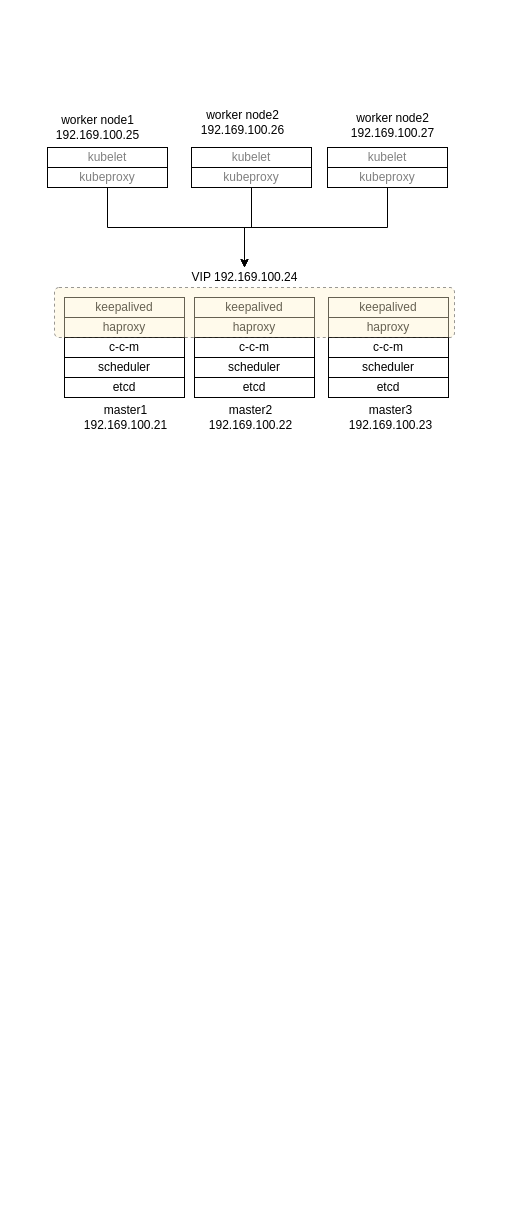
This is page "HA Cluster Architecture" (1 of 2) of Kubernetes/architecture.drawio from ubbig/Server, a draw.io file, before an edit. Source tidied: cells renumbered, new cells numbered last; positions are measured from the earlier drawing's top-left corner, leaving out a move shared by most shapes. Both pictures are drawn from the tidied source at 100%, with x=0, y=0 at pixel (47, 107).
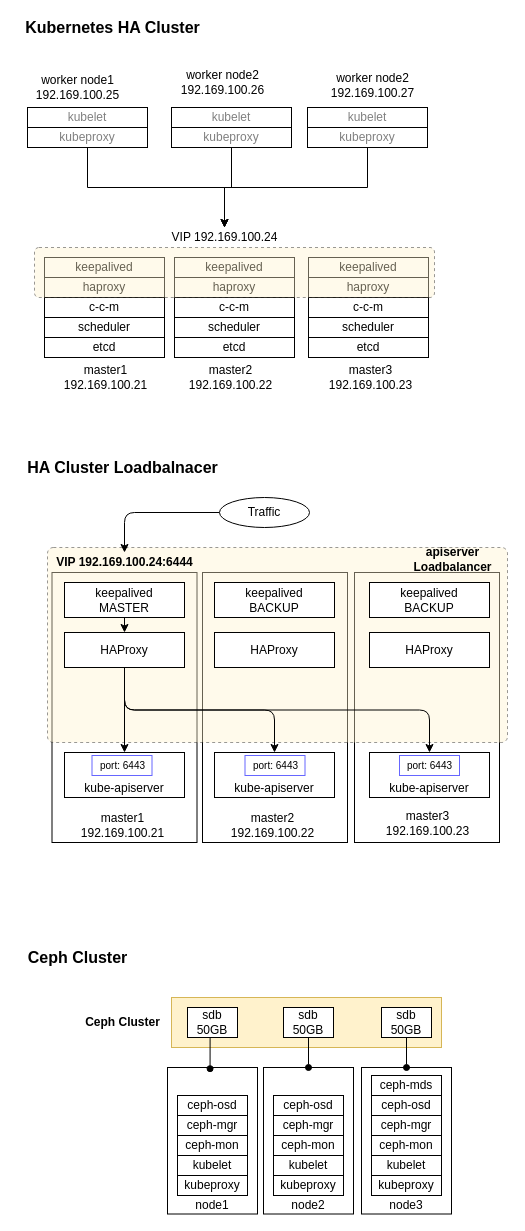
The same page after the edit.

Commit message (it also covers changes not shown here):
Kubernetes Ingress, Dashboard 설치 스크립트 추가

The change refers to these unchanged cells:
```xml
<mxCell id="36" value="VIP 192.169.100.24" style="text;html=1;align=center;verticalAlign=middle;points=[];strokeColor=none;fillColor=none;" parent="14" vertex="1">
  <mxGeometry x="130" width="120" height="20" as="geometry" />
</mxCell>
```

What changed in the source:
```diff
@@
-    <mxCell id="2" style="edgeStyle=orthogonalEdgeStyle;rounded=0;jettySize=auto;html=1;exitX=0.5;exitY=1;exitDx=0;exitDy=0;" parent="1" edge="1" source="3" target="36">
-      <mxGeometry relative="1" as="geometry" />
-    </mxCell>
-    <mxCell id="3" value="kubeproxy" style="rounded=0;whiteSpace=wrap;html=1;fontColor=#808080;" parent="1" vertex="1">
-      <mxGeometry y="60" width="120" height="20" as="geometry" />
-    </mxCell>
-    <mxCell id="4" value="kubelet" style="rounded=0;whiteSpace=wrap;html=1;fontColor=#808080;" parent="1" vertex="1">
-      <mxGeometry y="40" width="120" height="20" as="geometry" />
-    </mxCell>
-    <mxCell id="5" style="edgeStyle=orthogonalEdgeStyle;rounded=0;jettySize=auto;html=1;" parent="1" edge="1" source="6" target="36">
-      <mxGeometry relative="1" as="geometry" />
-    </mxCell>
-    <mxCell id="6" value="kubeproxy" style="rounded=0;whiteSpace=wrap;html=1;fontColor=#808080;" parent="1" vertex="1">
-      <mxGeometry x="144" y="60" width="120" height="20" as="geometry" />
-    </mxCell>
-    <mxCell id="7" value="kubelet" style="rounded=0;whiteSpace=wrap;html=1;fontColor=#808080;" parent="1" vertex="1">
-      <mxGeometry x="144" y="40" width="120" height="20" as="geometry" />
-    </mxCell>
-    <mxCell id="8" style="edgeStyle=orthogonalEdgeStyle;rounded=0;jettySize=auto;html=1;exitX=0.5;exitY=1;exitDx=0;exitDy=0;" parent="1" edge="1" source="9" target="36">
-      <mxGeometry relative="1" as="geometry" />
-    </mxCell>
-    <mxCell id="9" value="kubeproxy" style="rounded=0;whiteSpace=wrap;html=1;fontColor=#808080;" parent="1" vertex="1">
-      <mxGeometry x="280" y="60" width="120" height="20" as="geometry" />
-    </mxCell>
-    <mxCell id="10" value="kubelet" style="rounded=0;whiteSpace=wrap;html=1;fontColor=#808080;" parent="1" vertex="1">
-      <mxGeometry x="280" y="40" width="120" height="20" as="geometry" />
-    </mxCell>
-    <mxCell id="11" value="&lt;div&gt;worker node1&lt;/div&gt;&lt;div&gt;192.169.100.25&lt;br&gt;&lt;/div&gt;" style="text;html=1;align=center;verticalAlign=middle;strokeColor=none;fillColor=none;" parent="1" vertex="1">
-      <mxGeometry y="5" width="100" height="30" as="geometry" />
-    </mxCell>
-    <mxCell id="12" value="&lt;div&gt;worker node2&lt;/div&gt;&lt;div&gt;192.169.100.26&lt;/div&gt;" style="text;html=1;align=center;verticalAlign=middle;strokeColor=none;fillColor=none;" parent="1" vertex="1">
-      <mxGeometry x="145" width="100" height="30" as="geometry" />
-    </mxCell>
-    <mxCell id="13" value="&lt;div&gt;worker node2&lt;/div&gt;&lt;div&gt;192.169.100.27&lt;/div&gt;" style="text;html=1;align=center;verticalAlign=middle;strokeColor=none;fillColor=none;" parent="1" vertex="1">
-      <mxGeometry x="295" y="3" width="100" height="30" as="geometry" />
-    </mxCell>
+    <mxCell id="38" style="group;" parent="1" vertex="1">
+      <mxGeometry y="390" width="460" height="345" as="geometry" />
+    </mxCell>
+    <mxCell id="39" style="rounded=0;whiteSpace=wrap;html=1;" parent="38" vertex="1">
+      <mxGeometry x="4.5" y="75" width="145" height="270" as="geometry" />
+    </mxCell>
+    <mxCell id="40" style="rounded=0;whiteSpace=wrap;html=1;" parent="38" vertex="1">
+      <mxGeometry x="155" y="75" width="145" height="270" as="geometry" />
+    </mxCell>
+    <mxCell id="41" style="rounded=0;whiteSpace=wrap;html=1;" parent="38" vertex="1">
+      <mxGeometry x="307" y="75" width="145" height="270" as="geometry" />
+    </mxCell>
+    <mxCell id="42" style="rounded=1;whiteSpace=wrap;html=1;fillColor=#fff2cc;arcSize=3;dashed=1;strokeColor=#000000;glass=0;shadow=0;sketch=0;opacity=40;" parent="38" vertex="1">
+      <mxGeometry y="50" width="460" height="195" as="geometry" />
+    </mxCell>
+    <mxCell id="43" value="keepalived&lt;br&gt;MASTER" style="rounded=0;whiteSpace=wrap;html=1;" parent="38" vertex="1">
+      <mxGeometry x="17" y="85" width="120" height="35" as="geometry" />
+    </mxCell>
+    <mxCell id="44" value="keepalived&lt;br&gt;BACKUP" style="rounded=0;whiteSpace=wrap;html=1;" parent="38" vertex="1">
+      <mxGeometry x="167" y="85" width="120" height="35" as="geometry" />
+    </mxCell>
+    <mxCell id="45" value="keepalived&lt;br&gt;BACKUP" style="rounded=0;whiteSpace=wrap;html=1;" parent="38" vertex="1">
+      <mxGeometry x="322" y="85" width="120" height="35" as="geometry" />
+    </mxCell>
+    <mxCell id="46" value="&lt;div&gt;master1&lt;br&gt;&lt;/div&gt;&lt;div&gt;192.169.100.21&lt;/div&gt;" style="text;html=1;align=center;verticalAlign=middle;strokeColor=none;fillColor=none;" parent="38" vertex="1">
+      <mxGeometry x="24.5" y="313" width="100" height="30" as="geometry" />
+    </mxCell>
+    <mxCell id="47" value="&lt;div&gt;master2&lt;/div&gt;&lt;div&gt;192.169.100.22&lt;/div&gt;" style="text;html=1;align=center;verticalAlign=middle;strokeColor=none;fillColor=none;" parent="38" vertex="1">
+      <mxGeometry x="174.5" y="313" width="100" height="30" as="geometry" />
+    </mxCell>
+    <mxCell id="48" value="&lt;div&gt;master3&lt;/div&gt;&lt;div&gt;192.169.100.23&lt;/div&gt;" style="text;html=1;align=center;verticalAlign=middle;strokeColor=none;fillColor=none;" parent="38" vertex="1">
+      <mxGeometry x="329.5" y="311" width="100" height="30" as="geometry" />
+    </mxCell>
+    <mxCell id="49" value="VIP 192.169.100.24:6444" style="text;html=1;align=center;verticalAlign=middle;points=[];strokeColor=none;fillColor=none;fontStyle=1;" parent="38" vertex="1">
+      <mxGeometry x="2" y="55" width="150" height="20" as="geometry" />
+    </mxCell>
+    <mxCell id="50" value="HAProxy" style="rounded=0;whiteSpace=wrap;html=1;" parent="38" vertex="1">
+      <mxGeometry x="17" y="135" width="120" height="35" as="geometry" />
+    </mxCell>
+    <mxCell id="51" style="edgeStyle=none;html=1;" parent="38" edge="1" source="43" target="50">
+      <mxGeometry relative="1" as="geometry" />
+    </mxCell>
+    <mxCell id="52" value="HAProxy" style="rounded=0;whiteSpace=wrap;html=1;" parent="38" vertex="1">
+      <mxGeometry x="167" y="135" width="120" height="35" as="geometry" />
+    </mxCell>
+    <mxCell id="53" value="HAProxy" style="rounded=0;whiteSpace=wrap;html=1;" parent="38" vertex="1">
+      <mxGeometry x="322" y="135" width="120" height="35" as="geometry" />
+    </mxCell>
+    <mxCell id="54" value="kube-apiserver" style="rounded=0;whiteSpace=wrap;html=1;verticalAlign=bottom;" parent="38" vertex="1">
+      <mxGeometry x="167" y="255" width="120" height="45" as="geometry" />
+    </mxCell>
+    <mxCell id="55" style="edgeStyle=orthogonalEdgeStyle;html=1;exitX=0.5;exitY=1;exitDx=0;exitDy=0;" parent="38" edge="1" source="50" target="54">
+      <mxGeometry relative="1" as="geometry" />
+    </mxCell>
+    <mxCell id="56" value="kube-apiserver" style="rounded=0;whiteSpace=wrap;html=1;verticalAlign=bottom;" parent="38" vertex="1">
+      <mxGeometry x="322" y="255" width="120" height="45" as="geometry" />
+    </mxCell>
+    <mxCell id="57" style="edgeStyle=orthogonalEdgeStyle;html=1;exitX=0.5;exitY=1;exitDx=0;exitDy=0;entryX=0.5;entryY=0;entryDx=0;entryDy=0;" parent="38" edge="1" source="50" target="56">
+      <mxGeometry relative="1" as="geometry" />
+    </mxCell>
+    <mxCell id="58" value="kube-apiserver" style="rounded=0;whiteSpace=wrap;html=1;verticalAlign=bottom;" parent="38" vertex="1">
+      <mxGeometry x="17" y="255" width="120" height="45" as="geometry" />
+    </mxCell>
+    <mxCell id="59" style="edgeStyle=orthogonalEdgeStyle;html=1;exitX=0.5;exitY=1;exitDx=0;exitDy=0;" parent="38" edge="1" source="50" target="58">
+      <mxGeometry relative="1" as="geometry" />
+    </mxCell>
+    <mxCell id="60" style="edgeStyle=orthogonalEdgeStyle;html=1;" parent="38" edge="1" source="61" target="49">
+      <mxGeometry relative="1" as="geometry" />
+    </mxCell>
+    <mxCell id="61" value="Traffic" style="ellipse;whiteSpace=wrap;html=1;" parent="38" vertex="1">
+      <mxGeometry x="172" width="90" height="30" as="geometry" />
+    </mxCell>
+    <mxCell id="62" value="apiserver&lt;br&gt;Loadbalancer" style="text;html=1;align=center;verticalAlign=middle;strokeColor=none;fontStyle=1;" parent="38" vertex="1">
+      <mxGeometry x="360" y="47" width="90" height="30" as="geometry" />
+    </mxCell>
+    <mxCell id="63" value="port: 6443" style="text;html=1;align=center;verticalAlign=middle;strokeColor=#6666FF;fillColor=default;fontSize=10;" parent="38" vertex="1">
+      <mxGeometry x="44.5" y="258" width="60" height="20" as="geometry" />
+    </mxCell>
+    <mxCell id="64" value="port: 6443" style="text;html=1;align=center;verticalAlign=middle;strokeColor=#6666FF;fillColor=default;fontSize=10;" parent="38" vertex="1">
+      <mxGeometry x="197.5" y="258" width="60" height="20" as="geometry" />
+    </mxCell>
+    <mxCell id="65" value="port: 6443" style="text;html=1;align=center;verticalAlign=middle;strokeColor=#6666FF;fillColor=default;fontSize=10;" parent="38" vertex="1">
+      <mxGeometry x="352" y="258" width="60" height="20" as="geometry" />
+    </mxCell>
+    <mxCell id="66" style="group;" parent="1" vertex="1">
+      <mxGeometry x="-20" y="-40" width="407" height="346" as="geometry" />
+    </mxCell>
-    <mxCell id="14" style="group;" parent="1" vertex="1">
+    <mxCell id="14" style="group;" parent="66" vertex="1">
       <mxGeometry x="7" y="160" width="400" height="186" as="geometry" />
     </mxCell>
@@
+    <mxCell id="67" style="group;" parent="66" vertex="1">
+      <mxGeometry width="400" height="80" as="geometry" />
+    </mxCell>
+    <mxCell id="3" value="kubeproxy" style="rounded=0;whiteSpace=wrap;html=1;fontColor=#808080;" parent="67" vertex="1">
+      <mxGeometry y="60" width="120" height="20" as="geometry" />
+    </mxCell>
+    <mxCell id="4" value="kubelet" style="rounded=0;whiteSpace=wrap;html=1;fontColor=#808080;" parent="67" vertex="1">
+      <mxGeometry y="40" width="120" height="20" as="geometry" />
+    </mxCell>
+    <mxCell id="6" value="kubeproxy" style="rounded=0;whiteSpace=wrap;html=1;fontColor=#808080;" parent="67" vertex="1">
+      <mxGeometry x="144" y="60" width="120" height="20" as="geometry" />
+    </mxCell>
+    <mxCell id="7" value="kubelet" style="rounded=0;whiteSpace=wrap;html=1;fontColor=#808080;" parent="67" vertex="1">
+      <mxGeometry x="144" y="40" width="120" height="20" as="geometry" />
+    </mxCell>
+    <mxCell id="9" value="kubeproxy" style="rounded=0;whiteSpace=wrap;html=1;fontColor=#808080;" parent="67" vertex="1">
+      <mxGeometry x="280" y="60" width="120" height="20" as="geometry" />
+    </mxCell>
+    <mxCell id="10" value="kubelet" style="rounded=0;whiteSpace=wrap;html=1;fontColor=#808080;" parent="67" vertex="1">
+      <mxGeometry x="280" y="40" width="120" height="20" as="geometry" />
+    </mxCell>
+    <mxCell id="11" value="&lt;div&gt;worker node1&lt;/div&gt;&lt;div&gt;192.169.100.25&lt;br&gt;&lt;/div&gt;" style="text;html=1;align=center;verticalAlign=middle;strokeColor=none;fillColor=none;" parent="67" vertex="1">
+      <mxGeometry y="5" width="100" height="30" as="geometry" />
+    </mxCell>
+    <mxCell id="12" value="&lt;div&gt;worker node2&lt;/div&gt;&lt;div&gt;192.169.100.26&lt;/div&gt;" style="text;html=1;align=center;verticalAlign=middle;strokeColor=none;fillColor=none;" parent="67" vertex="1">
+      <mxGeometry x="145" width="100" height="30" as="geometry" />
+    </mxCell>
+    <mxCell id="13" value="&lt;div&gt;worker node2&lt;/div&gt;&lt;div&gt;192.169.100.27&lt;/div&gt;" style="text;html=1;align=center;verticalAlign=middle;strokeColor=none;fillColor=none;" parent="67" vertex="1">
+      <mxGeometry x="295" y="3" width="100" height="30" as="geometry" />
+    </mxCell>
+    <mxCell id="2" style="edgeStyle=orthogonalEdgeStyle;rounded=0;jettySize=auto;html=1;exitX=0.5;exitY=1;exitDx=0;exitDy=0;" parent="66" edge="1" source="3" target="36">
+      <mxGeometry relative="1" as="geometry" />
+    </mxCell>
+    <mxCell id="5" style="edgeStyle=orthogonalEdgeStyle;rounded=0;jettySize=auto;html=1;" parent="66" edge="1" source="6" target="36">
+      <mxGeometry relative="1" as="geometry" />
+    </mxCell>
+    <mxCell id="8" style="edgeStyle=orthogonalEdgeStyle;rounded=0;jettySize=auto;html=1;exitX=0.5;exitY=1;exitDx=0;exitDy=0;" parent="66" edge="1" source="9" target="36">
+      <mxGeometry relative="1" as="geometry" />
+    </mxCell>
+    <mxCell id="68" value="Kubernetes HA Cluster" style="text;html=1;align=center;verticalAlign=middle;strokeColor=none;fillColor=none;fontStyle=1;fontSize=16;" parent="1" vertex="1">
+      <mxGeometry x="-30" y="-90" width="190" height="20" as="geometry" />
+    </mxCell>
+    <mxCell id="69" value="HA Cluster Loadbalnacer" style="text;html=1;align=center;verticalAlign=middle;strokeColor=none;fillColor=none;fontStyle=1;fontSize=16;" parent="1" vertex="1">
+      <mxGeometry x="-30" y="350" width="210" height="20" as="geometry" />
+    </mxCell>
+    <mxCell id="70" value="Ceph Cluster" style="text;html=1;align=center;verticalAlign=middle;strokeColor=none;fillColor=none;fontStyle=1;fontSize=16;" parent="1" vertex="1">
+      <mxGeometry x="-30" y="840" width="120" height="20" as="geometry" />
+    </mxCell>
+    <mxCell id="71" style="group;" parent="1" vertex="1">
+      <mxGeometry x="30" y="890" width="374" height="216.5" as="geometry" />
+    </mxCell>
+    <mxCell id="72" style="rounded=0;whiteSpace=wrap;html=1;fontSize=12;fillColor=#fff2cc;strokeColor=#d6b656;" parent="71" vertex="1">
+      <mxGeometry x="94" width="270" height="50" as="geometry" />
+    </mxCell>
+    <mxCell id="73" value="sdb&lt;br&gt;50GB" style="rounded=0;whiteSpace=wrap;html=1;fontSize=12;" parent="71" vertex="1">
+      <mxGeometry x="110" y="10" width="50" height="30" as="geometry" />
+    </mxCell>
+    <mxCell id="74" value="sdb&lt;br&gt;50GB" style="rounded=0;whiteSpace=wrap;html=1;fontSize=12;" parent="71" vertex="1">
+      <mxGeometry x="206" y="10" width="50" height="30" as="geometry" />
+    </mxCell>
+    <mxCell id="75" value="sdb&lt;br&gt;50GB" style="rounded=0;whiteSpace=wrap;html=1;fontSize=12;" parent="71" vertex="1">
+      <mxGeometry x="304" y="10" width="50" height="30" as="geometry" />
+    </mxCell>
+    <mxCell id="76" style="group;" parent="71" vertex="1">
+      <mxGeometry x="90" y="70" width="90" height="146.5" as="geometry" />
+    </mxCell>
+    <mxCell id="77" value="node1" style="rounded=0;whiteSpace=wrap;html=1;fontSize=12;verticalAlign=bottom;" parent="76" vertex="1">
+      <mxGeometry width="90" height="146.5" as="geometry" />
+    </mxCell>
+    <mxCell id="78" value="kubelet" style="rounded=0;whiteSpace=wrap;html=1;fontSize=12;" parent="76" vertex="1">
+      <mxGeometry x="10" y="88" width="70" height="20" as="geometry" />
+    </mxCell>
+    <mxCell id="79" value="kubeproxy" style="rounded=0;whiteSpace=wrap;html=1;fontSize=12;" parent="76" vertex="1">
+      <mxGeometry x="10" y="108" width="70" height="20" as="geometry" />
+    </mxCell>
+    <mxCell id="80" value="ceph-mon" style="rounded=0;whiteSpace=wrap;html=1;fontSize=12;" parent="76" vertex="1">
+      <mxGeometry x="10" y="68" width="70" height="20" as="geometry" />
+    </mxCell>
+    <mxCell id="81" value="ceph-mgr" style="rounded=0;whiteSpace=wrap;html=1;fontSize=12;" parent="76" vertex="1">
+      <mxGeometry x="10" y="48" width="70" height="20" as="geometry" />
+    </mxCell>
+    <mxCell id="82" value="ceph-osd" style="rounded=0;whiteSpace=wrap;html=1;fontSize=12;" parent="76" vertex="1">
+      <mxGeometry x="10" y="28" width="70" height="20" as="geometry" />
+    </mxCell>
+    <mxCell id="83" style="edgeStyle=orthogonalEdgeStyle;rounded=0;jettySize=auto;html=1;exitX=0.5;exitY=1;exitDx=0;exitDy=0;entryX=0.473;entryY=0.008;entryDx=0;entryDy=0;entryPerimeter=0;fontSize=12;endArrow=oval;endFill=1;" parent="71" edge="1" source="73" target="77">
+      <mxGeometry relative="1" as="geometry" />
+    </mxCell>
+    <mxCell id="84" style="group;" parent="71" vertex="1">
+      <mxGeometry x="186" y="70" width="90" height="146.5" as="geometry" />
+    </mxCell>
+    <mxCell id="85" value="node2" style="rounded=0;whiteSpace=wrap;html=1;fontSize=12;verticalAlign=bottom;" parent="84" vertex="1">
+      <mxGeometry width="90" height="146.5" as="geometry" />
+    </mxCell>
+    <mxCell id="86" value="kubelet" style="rounded=0;whiteSpace=wrap;html=1;fontSize=12;" parent="84" vertex="1">
+      <mxGeometry x="10" y="88" width="70" height="20" as="geometry" />
+    </mxCell>
+    <mxCell id="87" value="kubeproxy" style="rounded=0;whiteSpace=wrap;html=1;fontSize=12;" parent="84" vertex="1">
+      <mxGeometry x="10" y="108" width="70" height="20" as="geometry" />
+    </mxCell>
+    <mxCell id="88" value="ceph-mon" style="rounded=0;whiteSpace=wrap;html=1;fontSize=12;" parent="84" vertex="1">
+      <mxGeometry x="10" y="68" width="70" height="20" as="geometry" />
+    </mxCell>
+    <mxCell id="89" value="ceph-mgr" style="rounded=0;whiteSpace=wrap;html=1;fontSize=12;" parent="84" vertex="1">
+      <mxGeometry x="10" y="48" width="70" height="20" as="geometry" />
+    </mxCell>
+    <mxCell id="90" value="ceph-osd" style="rounded=0;whiteSpace=wrap;html=1;fontSize=12;" parent="84" vertex="1">
+      <mxGeometry x="10" y="28" width="70" height="20" as="geometry" />
+    </mxCell>
+    <mxCell id="91" style="edgeStyle=orthogonalEdgeStyle;rounded=0;jettySize=auto;html=1;entryX=0.5;entryY=0;entryDx=0;entryDy=0;fontSize=12;endArrow=oval;endFill=1;" parent="71" edge="1" source="74" target="85">
+      <mxGeometry relative="1" as="geometry" />
+    </mxCell>
+    <mxCell id="92" style="group;" parent="71" vertex="1">
+      <mxGeometry x="284" y="70" width="90" height="146.5" as="geometry" />
+    </mxCell>
+    <mxCell id="93" value="node3" style="rounded=0;whiteSpace=wrap;html=1;fontSize=12;verticalAlign=bottom;" parent="92" vertex="1">
+      <mxGeometry width="90" height="146.5" as="geometry" />
+    </mxCell>
+    <mxCell id="94" value="kubelet" style="rounded=0;whiteSpace=wrap;html=1;fontSize=12;" parent="92" vertex="1">
+      <mxGeometry x="10" y="88" width="70" height="20" as="geometry" />
+    </mxCell>
+    <mxCell id="95" value="kubeproxy" style="rounded=0;whiteSpace=wrap;html=1;fontSize=12;" parent="92" vertex="1">
+      <mxGeometry x="10" y="108" width="70" height="20" as="geometry" />
+    </mxCell>
+    <mxCell id="96" value="ceph-mon" style="rounded=0;whiteSpace=wrap;html=1;fontSize=12;" parent="92" vertex="1">
+      <mxGeometry x="10" y="68" width="70" height="20" as="geometry" />
+    </mxCell>
+    <mxCell id="97" value="ceph-mgr" style="rounded=0;whiteSpace=wrap;html=1;fontSize=12;" parent="92" vertex="1">
+      <mxGeometry x="10" y="48" width="70" height="20" as="geometry" />
+    </mxCell>
+    <mxCell id="98" value="ceph-osd" style="rounded=0;whiteSpace=wrap;html=1;fontSize=12;" parent="92" vertex="1">
+      <mxGeometry x="10" y="28" width="70" height="20" as="geometry" />
+    </mxCell>
+    <mxCell id="99" value="ceph-mds" style="rounded=0;whiteSpace=wrap;html=1;fontSize=12;" parent="92" vertex="1">
+      <mxGeometry x="10" y="8" width="70" height="20" as="geometry" />
+    </mxCell>
+    <mxCell id="100" style="edgeStyle=orthogonalEdgeStyle;rounded=0;jettySize=auto;html=1;entryX=0.5;entryY=0;entryDx=0;entryDy=0;fontSize=12;endArrow=oval;endFill=1;" parent="71" edge="1" source="75" target="93">
+      <mxGeometry relative="1" as="geometry" />
+    </mxCell>
+    <mxCell id="101" value="Ceph Cluster" style="text;html=1;align=center;verticalAlign=middle;strokeColor=none;fillColor=none;fontSize=12;fontStyle=1;" parent="71" vertex="1">
+      <mxGeometry y="15" width="90" height="20" as="geometry" />
+    </mxCell>
```
